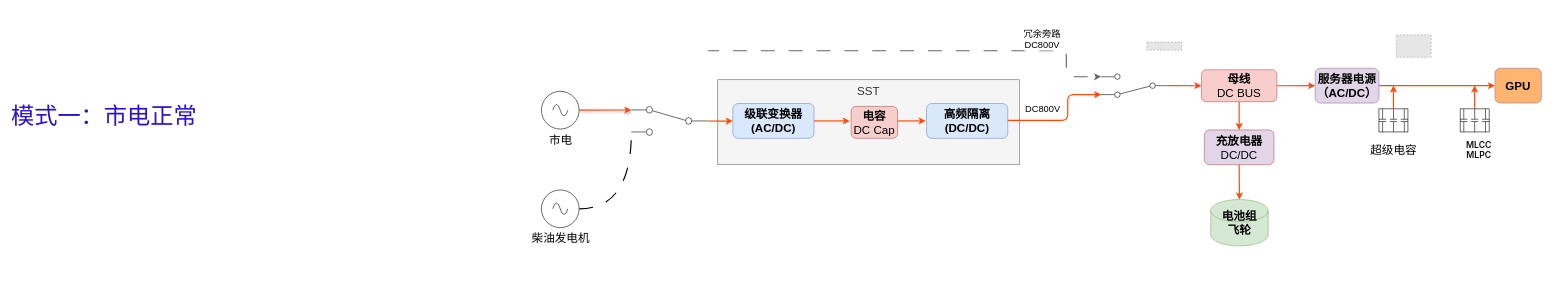
This is page "数据中心工作模式-SST-DC" (8 of 8) of SST系统软件架构.drawio from gscaszhou/Graph, a draw.io file, before an edit. Source tidied: cells renumbered, new cells numbered last; positions are measured from the earlier drawing's top-left corner, leaving out a move shared by most shapes. Both pictures are drawn from the tidied source at 58%, with x=0, y=0 at pixel (10, 35). Pictures stored in the file or linked from it are replaced by grey dashed boxes.
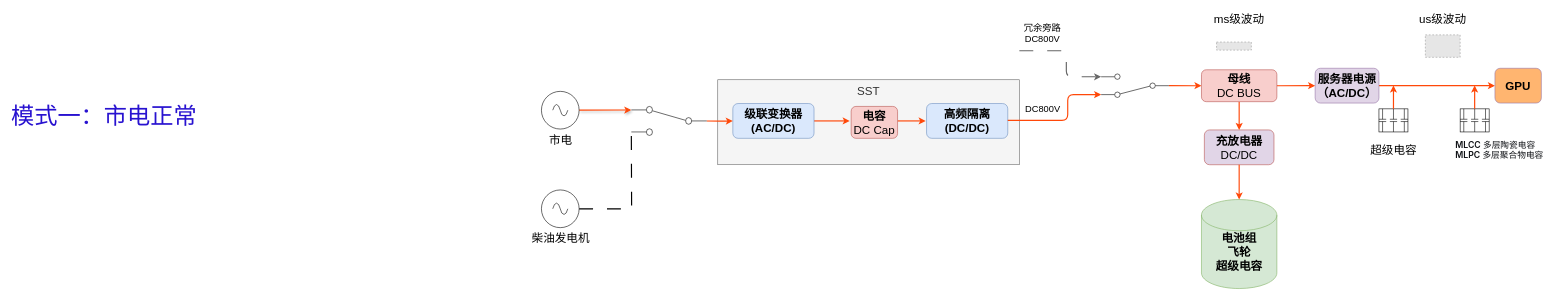
Above is the later version.

Commit message (it also covers changes not shown here):
更新SST系统软件架构.drawio

The change refers to these unchanged cells:
```xml
<mxCell id="14" value="&lt;font style=&quot;font-size: 20px;&quot;&gt;柴油发电机&lt;/font&gt;" style="verticalLabelPosition=bottom;shadow=0;dashed=0;align=center;html=1;verticalAlign=top;shape=mxgraph.electrical.signal_sources.source;points=[[0.5,0,0],[1,0.5,0],[0.5,1,0],[0,0.5,0]];elSignalType=ac;" parent="1" vertex="1">
  <mxGeometry x="916" y="267" width="65" height="65" as="geometry" />
</mxCell>
<mxCell id="16" style="html=1;shape=mxgraph.electrical.electro-mechanical.twoWaySwitch;elSwitchState=2;direction=west;" parent="1" vertex="1">
  <mxGeometry x="1881" y="67" width="116.8" height="40.5" as="geometry" />
</mxCell>
<mxCell id="22" value="&lt;font style=&quot;font-size: 20px;&quot;&gt;&lt;b&gt;充放电器&lt;/b&gt;&lt;br&gt;DC/DC&lt;/font&gt;" style="rounded=1;whiteSpace=wrap;html=1;fillColor=#e1d5e7;strokeColor=#b85450;" parent="1" vertex="1">
  <mxGeometry x="2059" y="163.5" width="120" height="60" as="geometry" />
</mxCell>
<mxCell id="25" value="&lt;font style=&quot;font-size: 20px;&quot;&gt;&lt;b&gt;母线&lt;/b&gt;&lt;br&gt;DC BUS&lt;/font&gt;" style="rounded=1;whiteSpace=wrap;html=1;fillColor=#f8cecc;strokeColor=#b85450;" parent="1" vertex="1">
  <mxGeometry x="2054" y="59.8" width="130" height="55" as="geometry" />
</mxCell>
<mxCell id="28" style="group;strokeColor=default;" parent="1" vertex="1">
  <mxGeometry x="2360" y="127.2" width="50" height="39.8" as="geometry" />
</mxCell>
<mxCell id="30" style="verticalLabelPosition=bottom;shadow=0;dashed=0;align=center;html=1;verticalAlign=top;shape=mxgraph.electrical.capacitors.capacitor_1;direction=south;" parent="28" vertex="1">
  <mxGeometry x="18.8" width="12.5" height="39.8" as="geometry" />
</mxCell>
```

What changed in the source:
```diff
@@
-    <mxCell id="9" value="&lt;font style=&quot;font-size: 16px;&quot;&gt;冗余旁路&lt;/font&gt;&lt;div&gt;&lt;font style=&quot;font-size: 16px;&quot;&gt;DC800V&lt;/font&gt;&lt;/div&gt;" style="edgeStyle=orthogonalEdgeStyle;rounded=1;html=1;strokeWidth=2;strokeColor=#666666;entryX=1;entryY=0.88;entryDx=0;entryDy=0;dashed=1;dashPattern=12 12;" parent="1" edge="1" target="16">
-      <mxGeometry x="0.6" y="20" relative="1" as="geometry">
-        <mxPoint x="1210" y="27" as="sourcePoint" />
+    <mxCell id="9" style="edgeStyle=orthogonalEdgeStyle;rounded=1;html=1;strokeWidth=2;strokeColor=#666666;entryX=1;entryY=0.88;entryDx=0;entryDy=0;dashed=1;dashPattern=12 12;" parent="1" edge="1" target="16">
+      <mxGeometry x="0.61" y="20" relative="1" as="geometry">
+        <mxPoint x="1740" y="27" as="sourcePoint" />
         <Array as="points">
-          <mxPoint x="1201" y="27" />
           <mxPoint x="1821" y="27" />
           <mxPoint x="1821" y="71.9" />
         </Array>
       </mxGeometry>
     </mxCell>
@@
-    <mxCell id="13" style="edgeStyle=orthogonalEdgeStyle;rounded=0;jettySize=auto;html=1;exitX=1;exitY=0.5;exitDx=0;exitDy=0;exitPerimeter=0;entryX=1;entryY=0.12;entryDx=0;entryDy=0;curved=1;strokeWidth=2;dashed=1;dashPattern=12 12;endArrow=none;endFill=0;" parent="1" edge="1" source="14">
+    <mxCell id="13" style="edgeStyle=orthogonalEdgeStyle;rounded=0;jettySize=auto;html=1;exitX=1;exitY=0.5;exitDx=0;exitDy=0;exitPerimeter=0;entryX=1;entryY=0.12;entryDx=0;entryDy=0;strokeWidth=2;dashed=1;dashPattern=12 12;endArrow=none;endFill=0;" parent="1" edge="1" source="14">
       <mxGeometry relative="1" as="geometry">
         <mxPoint x="1071" y="167.1" as="targetPoint" />
       </mxGeometry>
     </mxCell>
@@
-    <mxCell id="21" value="&lt;font style=&quot;font-size: 20px;&quot;&gt;&lt;b&gt;电池组&lt;/b&gt;&lt;/font&gt;&lt;div&gt;&lt;font style=&quot;font-size: 20px;&quot;&gt;&lt;b&gt;飞轮&lt;/b&gt;&lt;br&gt;&lt;/font&gt;&lt;/div&gt;" style="shape=cylinder3;whiteSpace=wrap;html=1;fillColor=#d5e8d4;strokeColor=#82b366;size=19.250083923339844;" parent="1" vertex="1">
-      <mxGeometry x="2070" y="283.5" width="99" height="80" as="geometry" />
+    <mxCell id="21" value="&lt;font style=&quot;font-size: 20px;&quot;&gt;&lt;b&gt;电池组&lt;/b&gt;&lt;/font&gt;&lt;div&gt;&lt;font style=&quot;font-size: 20px;&quot;&gt;&lt;b&gt;飞轮&lt;/b&gt;&lt;br&gt;&lt;/font&gt;&lt;/div&gt;&lt;div&gt;&lt;font style=&quot;font-size: 20px;&quot;&gt;&lt;b&gt;超级电容&lt;/b&gt;&lt;/font&gt;&lt;/div&gt;&lt;div&gt;&lt;font style=&quot;font-size: 20px;&quot;&gt;&lt;b&gt;&lt;br&gt;&lt;/b&gt;&lt;/font&gt;&lt;/div&gt;" style="shape=cylinder3;whiteSpace=wrap;html=1;fillColor=#d5e8d4;strokeColor=#82b366;size=26.92866734095992;verticalAlign=bottom;" parent="1" vertex="1">
+      <mxGeometry x="2054" y="283.5" width="130" height="153.5" as="geometry" />
     </mxCell>
@@
-    <mxCell id="23" style="edgeStyle=none;rounded=0;jettySize=auto;html=1;exitX=0.5;exitY=1;exitDx=0;exitDy=0;entryX=0.5;entryY=0;entryDx=0;entryDy=0;strokeWidth=2;strokeColor=#FF4809;flowAnimation=1;" parent="1" edge="1" source="25" target="22">
+    <mxCell id="23" style="edgeStyle=none;rounded=0;jettySize=auto;html=1;exitX=0.5;exitY=1;exitDx=0;exitDy=0;entryX=0.5;entryY=0;entryDx=0;entryDy=0;strokeWidth=2;strokeColor=#FF4809;flowAnimation=1;flowAnimationDuration=300;" parent="1" edge="1" source="25" target="22">
       <mxGeometry relative="1" as="geometry" />
     </mxCell>
@@
-    <mxCell id="26" style="edgeStyle=none;rounded=0;jettySize=auto;html=1;exitX=0.5;exitY=1;exitDx=0;exitDy=0;entryX=0.5;entryY=0;entryDx=0;entryDy=0;entryPerimeter=0;strokeWidth=2;strokeColor=#FF4809;flowAnimation=1;" parent="1" edge="1" source="22" target="21">
+    <mxCell id="26" style="edgeStyle=none;rounded=0;jettySize=auto;html=1;exitX=0.5;exitY=1;exitDx=0;exitDy=0;entryX=0.5;entryY=0;entryDx=0;entryDy=0;entryPerimeter=0;strokeWidth=2;strokeColor=#FF4809;flowAnimation=1;flowAnimationDuration=300;" parent="1" edge="1" source="22" target="21">
       <mxGeometry relative="1" as="geometry" />
     </mxCell>
@@
-    <mxCell id="29" style="edgeStyle=none;rounded=0;jettySize=auto;html=1;exitX=0;exitY=0.5;exitDx=0;exitDy=0;exitPerimeter=0;strokeColor=#FF4809;strokeWidth=2;align=center;verticalAlign=middle;fontFamily=Helvetica;fontSize=11;fontColor=default;labelBackgroundColor=default;endArrow=classic;flowAnimation=1;flowAnimationDuration=250;" parent="28" edge="1" source="30">
+    <mxCell id="29" style="edgeStyle=none;rounded=0;jettySize=auto;html=1;exitX=0;exitY=0.5;exitDx=0;exitDy=0;exitPerimeter=0;strokeColor=#FF4809;strokeWidth=2;align=center;verticalAlign=middle;fontFamily=Helvetica;fontSize=11;fontColor=default;labelBackgroundColor=default;endArrow=classic;flowAnimation=1;flowAnimationDuration=200;" parent="28" edge="1" source="30">
       <mxGeometry relative="1" as="geometry">
         <mxPoint x="25" y="-40.2" as="targetPoint" />
       </mxGeometry>
     </mxCell>
@@
     <mxCell id="34" style="fillColor=#E6E6E6;strokeColor=#999999;dashed=1;verticalLabelPosition=bottom;labelBackgroundColor=default;verticalAlign=top;" parent="1" vertex="1">
-      <mxGeometry x="2390" y="-0.4" width="60" height="38.7" as="geometry" />
+      <mxGeometry x="2440" y="-0.4" width="60" height="38.7" as="geometry" />
     </mxCell>
     <mxCell id="35" style="fillColor=#E6E6E6;strokeColor=#999999;dashed=1;verticalLabelPosition=bottom;labelBackgroundColor=default;verticalAlign=top;" parent="1" vertex="1">
-      <mxGeometry x="1960" y="12" width="60" height="13.9" as="geometry" />
+      <mxGeometry x="2080" y="12" width="60" height="13.9" as="geometry" />
     </mxCell>
@@
-    <mxCell id="41" value="&lt;span style=&quot;font-weight: 600; color: rgb(15, 17, 21); font-family: quote-cjk-patch, Inter, system-ui, -apple-system, BlinkMacSystemFont, &amp;quot;Segoe UI&amp;quot;, Roboto, Oxygen, Ubuntu, Cantarell, &amp;quot;Open Sans&amp;quot;, &amp;quot;Helvetica Neue&amp;quot;, sans-serif; font-size: 15px; text-align: start; background-color: rgb(255, 255, 255);&quot;&gt;&lt;span class=&quot;&quot;&gt;MLCC&lt;/span&gt;&lt;/span&gt;&lt;br&gt;&lt;div&gt;&lt;span style=&quot;font-weight: 600; color: rgb(15, 17, 21); font-family: quote-cjk-patch, Inter, system-ui, -apple-system, BlinkMacSystemFont, &amp;quot;Segoe UI&amp;quot;, Roboto, Oxygen, Ubuntu, Cantarell, &amp;quot;Open Sans&amp;quot;, &amp;quot;Helvetica Neue&amp;quot;, sans-serif; font-size: 15px; text-align: start; background-color: rgb(255, 255, 255);&quot;&gt;&lt;span class=&quot;&quot;&gt;MLPC&lt;/span&gt;&lt;/span&gt;&lt;/div&gt;" style="text;html=1;whiteSpace=wrap;strokeColor=none;fillColor=none;align=center;verticalAlign=middle;rounded=0;" parent="1" vertex="1">
-      <mxGeometry x="2490" y="178" width="85" height="39" as="geometry" />
+    <mxCell id="41" value="&lt;span style=&quot;font-weight: 600; color: rgb(15, 17, 21); font-family: quote-cjk-patch, Inter, system-ui, -apple-system, BlinkMacSystemFont, &amp;quot;Segoe UI&amp;quot;, Roboto, Oxygen, Ubuntu, Cantarell, &amp;quot;Open Sans&amp;quot;, &amp;quot;Helvetica Neue&amp;quot;, sans-serif; font-size: 15px; background-color: rgb(255, 255, 255);&quot;&gt;&lt;span class=&quot;&quot;&gt;MLCC&amp;nbsp;&lt;/span&gt;&lt;/span&gt;&lt;span style=&quot;color: rgb(15, 17, 21); font-family: quote-cjk-patch, Inter, system-ui, -apple-system, BlinkMacSystemFont, &amp;quot;Segoe UI&amp;quot;, Roboto, Oxygen, Ubuntu, Cantarell, &amp;quot;Open Sans&amp;quot;, &amp;quot;Helvetica Neue&amp;quot;, sans-serif; font-size: 15px; background-color: rgb(255, 255, 255);&quot;&gt;多层陶瓷电容&lt;/span&gt;&lt;br&gt;&lt;div&gt;&lt;span style=&quot;font-weight: 600; color: rgb(15, 17, 21); font-family: quote-cjk-patch, Inter, system-ui, -apple-system, BlinkMacSystemFont, &amp;quot;Segoe UI&amp;quot;, Roboto, Oxygen, Ubuntu, Cantarell, &amp;quot;Open Sans&amp;quot;, &amp;quot;Helvetica Neue&amp;quot;, sans-serif; font-size: 15px; background-color: rgb(255, 255, 255);&quot;&gt;&lt;span class=&quot;&quot;&gt;MLPC&amp;nbsp;&lt;/span&gt;&lt;/span&gt;&lt;span style=&quot;background-color: rgb(255, 255, 255); color: rgb(15, 17, 21); font-family: quote-cjk-patch, Inter, system-ui, -apple-system, BlinkMacSystemFont, &amp;quot;Segoe UI&amp;quot;, Roboto, Oxygen, Ubuntu, Cantarell, &amp;quot;Open Sans&amp;quot;, &amp;quot;Helvetica Neue&amp;quot;, sans-serif; font-size: 15px;&quot;&gt;多层聚合物电容&lt;/span&gt;&lt;/div&gt;" style="text;html=1;whiteSpace=wrap;strokeColor=none;fillColor=none;align=left;verticalAlign=middle;rounded=0;" parent="1" vertex="1">
+      <mxGeometry x="2490" y="178" width="160" height="39" as="geometry" />
     </mxCell>
+    <mxCell id="42" value="&lt;font style=&quot;font-size: 20px;&quot;&gt;us级波动&lt;/font&gt;" style="text;html=1;whiteSpace=wrap;strokeColor=none;fillColor=none;align=center;verticalAlign=middle;rounded=0;" parent="1" vertex="1">
+      <mxGeometry x="2420" y="-43" width="100" height="30" as="geometry" />
+    </mxCell>
+    <mxCell id="43" value="&lt;font style=&quot;font-size: 20px;&quot;&gt;ms级波动&lt;/font&gt;" style="text;html=1;whiteSpace=wrap;strokeColor=none;fillColor=none;align=center;verticalAlign=middle;rounded=0;" parent="1" vertex="1">
+      <mxGeometry x="2069" y="-43" width="100" height="30" as="geometry" />
+    </mxCell>
+    <mxCell id="44" value="&lt;font style=&quot;text-wrap: nowrap; font-size: 16px;&quot;&gt;冗余旁路&lt;/font&gt;&lt;div style=&quot;font-size: 11px; text-wrap: nowrap;&quot;&gt;&lt;font style=&quot;font-size: 16px;&quot;&gt;DC800V&lt;/font&gt;&lt;/div&gt;" style="text;html=1;whiteSpace=wrap;strokeColor=none;fillColor=none;align=center;verticalAlign=middle;rounded=0;" parent="1" vertex="1">
+      <mxGeometry x="1730" y="-18" width="100" height="30" as="geometry" />
+    </mxCell>
```
